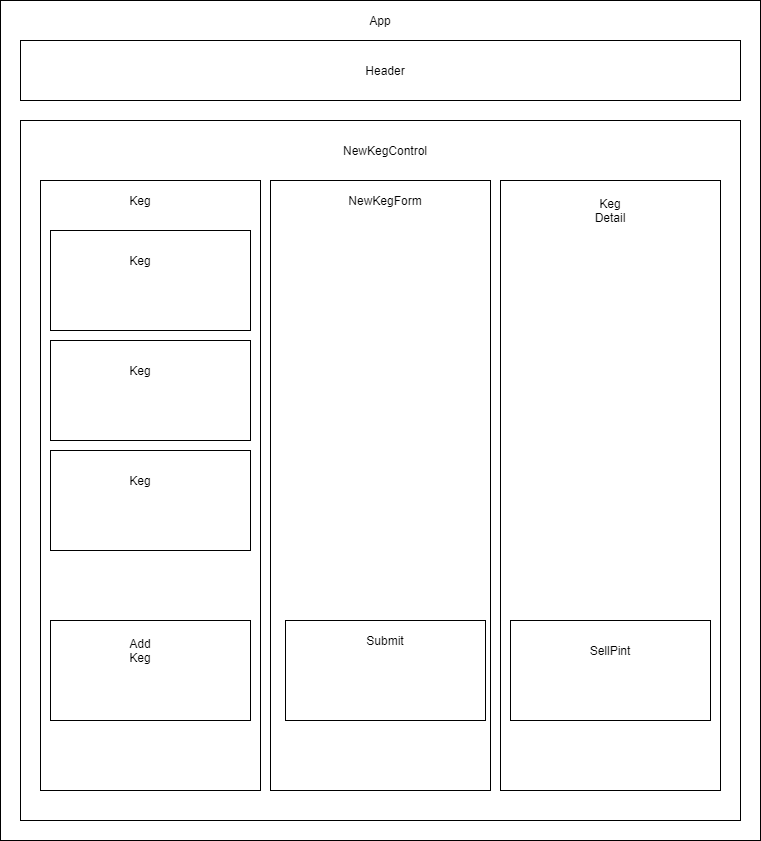
This is Tap-room-components.png from 3Emme/tap-room-redux, a draw.io export, as it was before one commit. Source tidied: cells renumbered, new cells last; positions are measured from the earlier drawing's top-left corner, leaving out a move shared by most shapes. Source of this version:
```xml
<mxGraphModel>
  <root>
    <mxCell id="0" />
    <mxCell id="1" parent="0" />
    <mxCell id="2" style="rounded=0;whiteSpace=wrap;html=1;" parent="1" vertex="1">
      <mxGeometry width="760" height="840" as="geometry" />
    </mxCell>
    <mxCell id="3" style="rounded=0;whiteSpace=wrap;html=1;" parent="1" vertex="1">
      <mxGeometry x="20" y="40" width="720" height="60" as="geometry" />
    </mxCell>
    <mxCell id="4" style="rounded=0;whiteSpace=wrap;html=1;" parent="1" vertex="1">
      <mxGeometry x="20" y="120" width="720" height="700" as="geometry" />
    </mxCell>
    <mxCell id="5" value="Header" style="text;html=1;strokeColor=none;fillColor=none;align=center;verticalAlign=middle;whiteSpace=wrap;rounded=0;" parent="1" vertex="1">
      <mxGeometry x="365" y="60" width="40" height="20" as="geometry" />
    </mxCell>
    <mxCell id="6" style="rounded=0;whiteSpace=wrap;html=1;" parent="1" vertex="1">
      <mxGeometry x="40" y="180" width="220" height="610" as="geometry" />
    </mxCell>
    <mxCell id="7" style="rounded=0;whiteSpace=wrap;html=1;" parent="1" vertex="1">
      <mxGeometry x="500" y="180" width="220" height="610" as="geometry" />
    </mxCell>
    <mxCell id="8" style="rounded=0;whiteSpace=wrap;html=1;" parent="1" vertex="1">
      <mxGeometry x="270" y="180" width="220" height="610" as="geometry" />
    </mxCell>
    <mxCell id="9" style="rounded=0;whiteSpace=wrap;html=1;" parent="1" vertex="1">
      <mxGeometry x="50" y="230" width="200" height="100" as="geometry" />
    </mxCell>
    <mxCell id="10" style="rounded=0;whiteSpace=wrap;html=1;" parent="1" vertex="1">
      <mxGeometry x="50" y="340" width="200" height="100" as="geometry" />
    </mxCell>
    <mxCell id="11" style="rounded=0;whiteSpace=wrap;html=1;" parent="1" vertex="1">
      <mxGeometry x="50" y="450" width="200" height="100" as="geometry" />
    </mxCell>
    <mxCell id="12" style="rounded=0;whiteSpace=wrap;html=1;" parent="1" vertex="1">
      <mxGeometry x="50" y="620" width="200" height="100" as="geometry" />
    </mxCell>
    <mxCell id="13" style="rounded=0;whiteSpace=wrap;html=1;" parent="1" vertex="1">
      <mxGeometry x="285" y="620" width="200" height="100" as="geometry" />
    </mxCell>
    <mxCell id="14" style="rounded=0;whiteSpace=wrap;html=1;" parent="1" vertex="1">
      <mxGeometry x="510" y="620" width="200" height="100" as="geometry" />
    </mxCell>
    <mxCell id="15" value="NewKegControl" style="text;html=1;strokeColor=none;fillColor=none;align=center;verticalAlign=middle;whiteSpace=wrap;rounded=0;" parent="1" vertex="1">
      <mxGeometry x="335" y="140" width="100" height="20" as="geometry" />
    </mxCell>
    <mxCell id="16" value="NewKegForm" style="text;html=1;strokeColor=none;fillColor=none;align=center;verticalAlign=middle;whiteSpace=wrap;rounded=0;" parent="1" vertex="1">
      <mxGeometry x="365" y="190" width="40" height="20" as="geometry" />
    </mxCell>
    <mxCell id="17" value="Keg Detail" style="text;html=1;strokeColor=none;fillColor=none;align=center;verticalAlign=middle;whiteSpace=wrap;rounded=0;" parent="1" vertex="1">
      <mxGeometry x="590" y="200" width="40" height="20" as="geometry" />
    </mxCell>
    <mxCell id="18" value="Keg" style="text;html=1;strokeColor=none;fillColor=none;align=center;verticalAlign=middle;whiteSpace=wrap;rounded=0;" parent="1" vertex="1">
      <mxGeometry x="120" y="190" width="40" height="20" as="geometry" />
    </mxCell>
    <mxCell id="19" value="Keg" style="text;html=1;strokeColor=none;fillColor=none;align=center;verticalAlign=middle;whiteSpace=wrap;rounded=0;" parent="1" vertex="1">
      <mxGeometry x="120" y="250" width="40" height="20" as="geometry" />
    </mxCell>
    <mxCell id="20" value="Keg" style="text;html=1;strokeColor=none;fillColor=none;align=center;verticalAlign=middle;whiteSpace=wrap;rounded=0;" parent="1" vertex="1">
      <mxGeometry x="120" y="360" width="40" height="20" as="geometry" />
    </mxCell>
    <mxCell id="21" value="Keg" style="text;html=1;strokeColor=none;fillColor=none;align=center;verticalAlign=middle;whiteSpace=wrap;rounded=0;" parent="1" vertex="1">
      <mxGeometry x="120" y="470" width="40" height="20" as="geometry" />
    </mxCell>
    <mxCell id="22" value="Add Keg" style="text;html=1;strokeColor=none;fillColor=none;align=center;verticalAlign=middle;whiteSpace=wrap;rounded=0;" parent="1" vertex="1">
      <mxGeometry x="120" y="640" width="40" height="20" as="geometry" />
    </mxCell>
    <mxCell id="23" value="Submit" style="text;html=1;strokeColor=none;fillColor=none;align=center;verticalAlign=middle;whiteSpace=wrap;rounded=0;" parent="1" vertex="1">
      <mxGeometry x="365" y="630" width="40" height="20" as="geometry" />
    </mxCell>
    <mxCell id="24" value="SellPint" style="text;html=1;strokeColor=none;fillColor=none;align=center;verticalAlign=middle;whiteSpace=wrap;rounded=0;" parent="1" vertex="1">
      <mxGeometry x="590" y="640" width="40" height="20" as="geometry" />
    </mxCell>
    <mxCell id="25" value="App" style="text;html=1;strokeColor=none;fillColor=none;align=center;verticalAlign=middle;whiteSpace=wrap;rounded=0;" parent="1" vertex="1">
      <mxGeometry x="360" y="10" width="40" height="20" as="geometry" />
    </mxCell>
  </root>
</mxGraphModel>
```
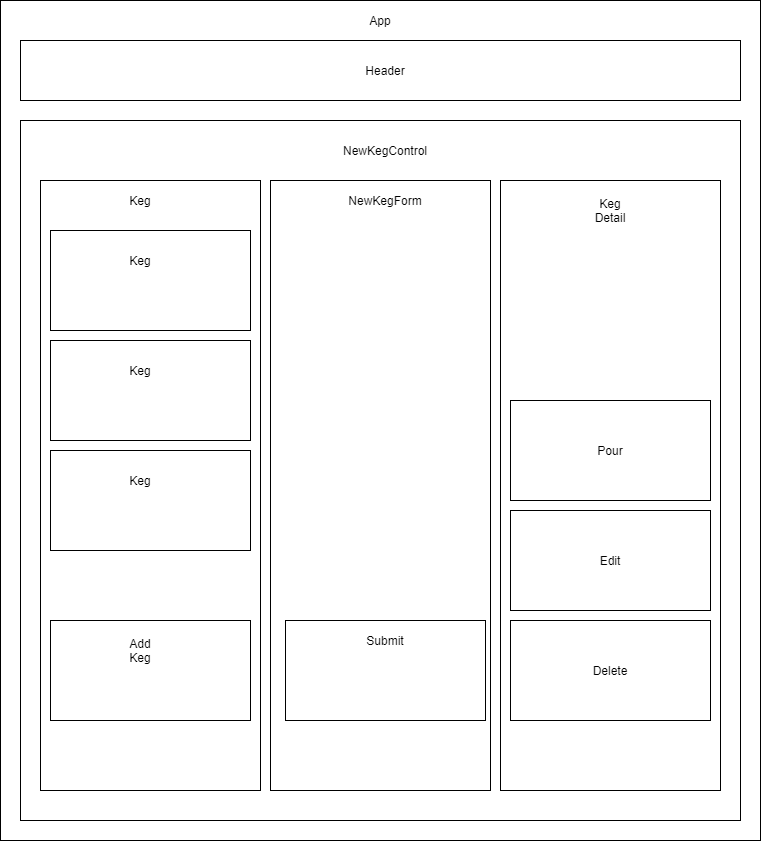
After the commit.

What changed in the source:
```diff
@@ -38,8 +38,8 @@
     <mxCell id="13" style="rounded=0;whiteSpace=wrap;html=1;" parent="1" vertex="1">
       <mxGeometry x="285" y="620" width="200" height="100" as="geometry" />
     </mxCell>
-    <mxCell id="14" style="rounded=0;whiteSpace=wrap;html=1;" parent="1" vertex="1">
-      <mxGeometry x="510" y="620" width="200" height="100" as="geometry" />
+    <mxCell id="14" value="Pour" style="rounded=0;whiteSpace=wrap;html=1;" parent="1" vertex="1">
+      <mxGeometry x="510" y="400" width="200" height="100" as="geometry" />
     </mxCell>
     <mxCell id="15" value="NewKegControl" style="text;html=1;strokeColor=none;fillColor=none;align=center;verticalAlign=middle;whiteSpace=wrap;rounded=0;" parent="1" vertex="1">
       <mxGeometry x="335" y="140" width="100" height="20" as="geometry" />
@@ -68,11 +68,14 @@
     <mxCell id="23" value="Submit" style="text;html=1;strokeColor=none;fillColor=none;align=center;verticalAlign=middle;whiteSpace=wrap;rounded=0;" parent="1" vertex="1">
       <mxGeometry x="365" y="630" width="40" height="20" as="geometry" />
     </mxCell>
-    <mxCell id="24" value="SellPint" style="text;html=1;strokeColor=none;fillColor=none;align=center;verticalAlign=middle;whiteSpace=wrap;rounded=0;" parent="1" vertex="1">
-      <mxGeometry x="590" y="640" width="40" height="20" as="geometry" />
-    </mxCell>
     <mxCell id="25" value="App" style="text;html=1;strokeColor=none;fillColor=none;align=center;verticalAlign=middle;whiteSpace=wrap;rounded=0;" parent="1" vertex="1">
       <mxGeometry x="360" y="10" width="40" height="20" as="geometry" />
     </mxCell>
+    <mxCell id="26" value="Edit" style="rounded=0;whiteSpace=wrap;html=1;" parent="1" vertex="1">
+      <mxGeometry x="510" y="510" width="200" height="100" as="geometry" />
+    </mxCell>
+    <mxCell id="27" value="Delete" style="rounded=0;whiteSpace=wrap;html=1;" parent="1" vertex="1">
+      <mxGeometry x="510" y="620" width="200" height="100" as="geometry" />
+    </mxCell>
   </root>
 </mxGraphModel>
```
